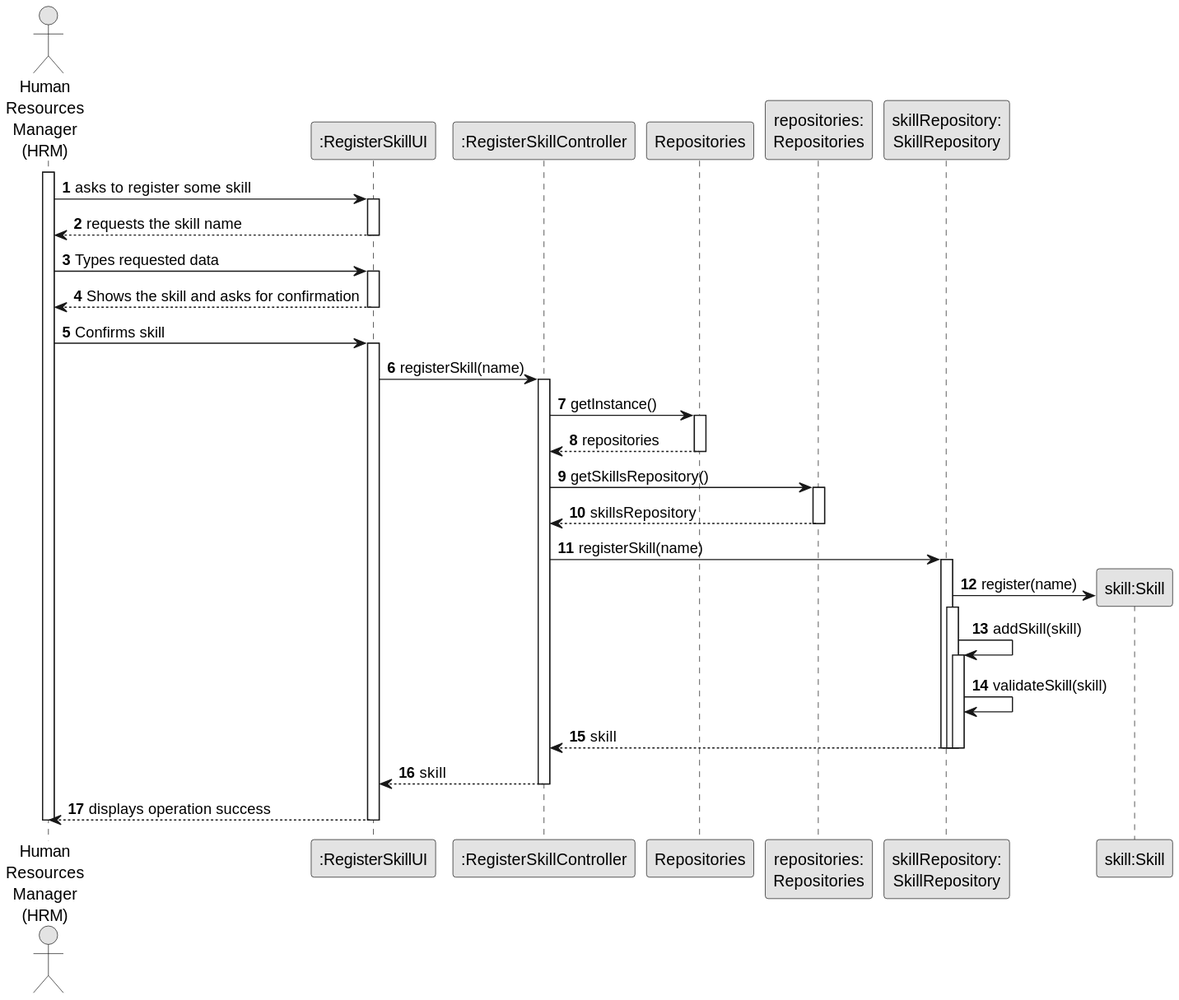
The PlantUML diagram docs/sprintB/us001/03.design/svg/us001-sequence-diagram-full.svg in diogoveirospro/lei-24-s2-1dg-g072, before a commit.
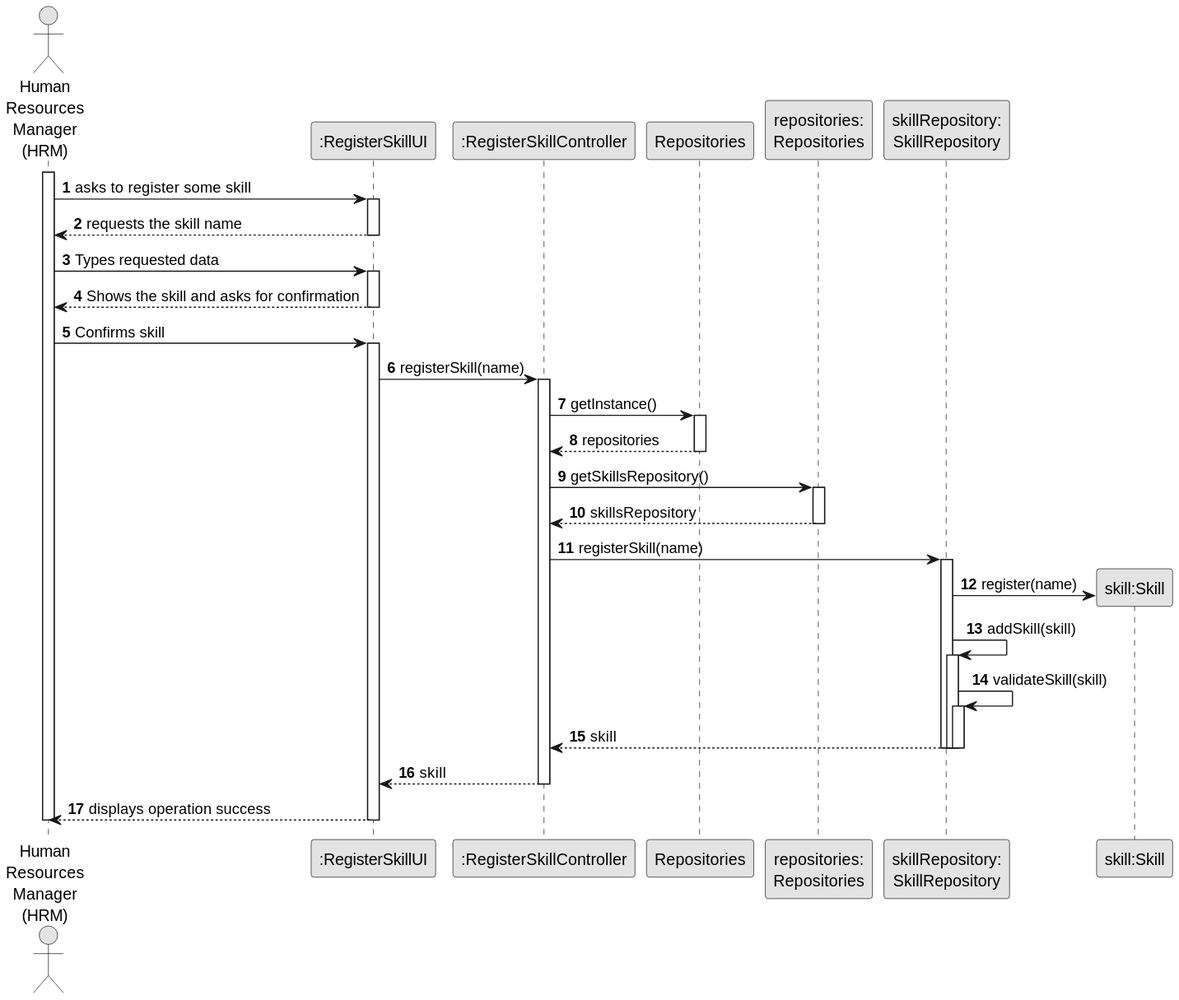
Above is the later version.

Commit message:
Fixed the full sequence diagram of US03 and solved a small problem in US01 design

What changed in the source:
```diff
@@ -49,21 +49,22 @@
                         activate SREP
 
                                 SREP -> skill**: register(name)
-                                activate SREP
+
 
                                 SREP -> SREP: addSkill(skill)
                                         activate SREP
                                         SREP -> SREP: validateSkill(skill)
 
+                                                activate SREP
 
 
 
 
                                 SREP --> CTRL: skill
+                                                deactivate SREP
 
                                         deactivate SREP
 
-                                deactivate SREP
 
                         deactivate SREP
 
```
